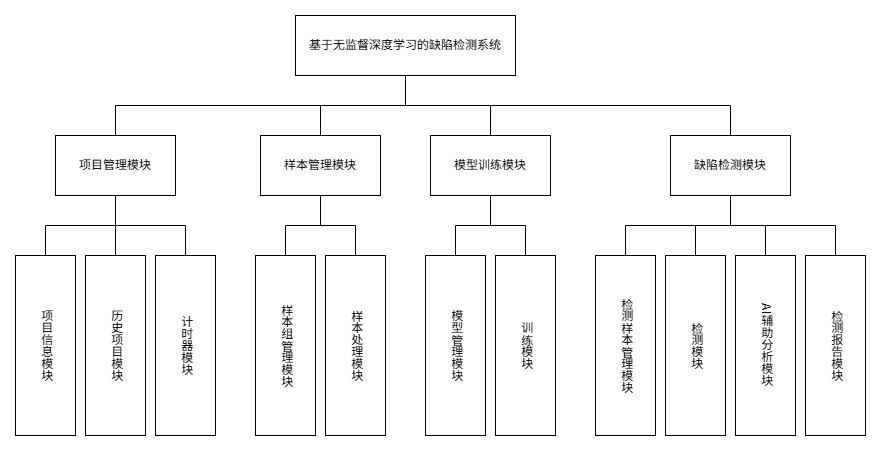
211250243/app keeps this draw.io diagram as 论文/模块划分图.png. Above is the earlier version. Source tidied: cells renumbered, new cells last; positions are measured from the earlier drawing's top-left corner, leaving out a move shared by most shapes.
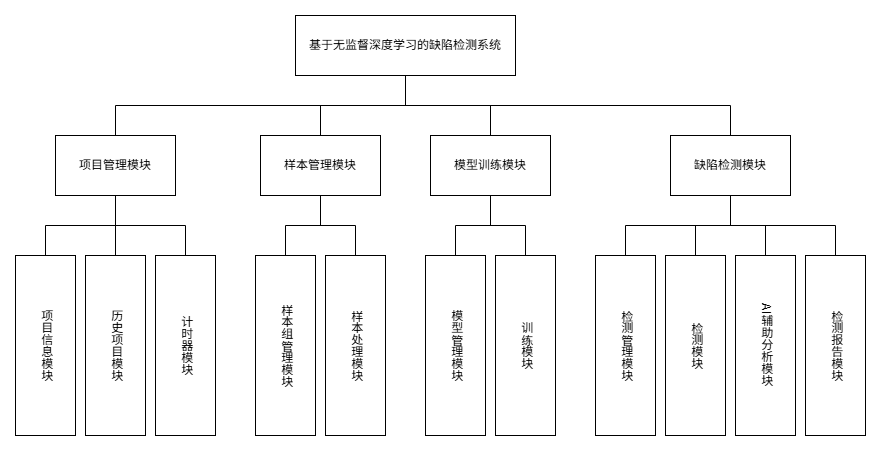
The same diagram one commit later.

The edit, as a diff of the source:
```diff
@@ -38,7 +38,7 @@
     <mxCell id="13" value="训练模块" style="rounded=0;whiteSpace=wrap;html=1;fillColor=none;textDirection=vertical-rl;" parent="1" vertex="1">
       <mxGeometry x="480" y="240" width="60" height="180" as="geometry" />
     </mxCell>
-    <mxCell id="14" value="检测样本管理模块" style="rounded=0;whiteSpace=wrap;html=1;fillColor=none;textDirection=vertical-rl;" parent="1" vertex="1">
+    <mxCell id="14" value="检测管理模块" style="rounded=0;whiteSpace=wrap;html=1;fillColor=none;textDirection=vertical-rl;" parent="1" vertex="1">
       <mxGeometry x="580" y="240" width="60" height="180" as="geometry" />
     </mxCell>
     <mxCell id="15" value="检测模块" style="rounded=0;whiteSpace=wrap;html=1;fillColor=none;textDirection=vertical-rl;" parent="1" vertex="1">
```
